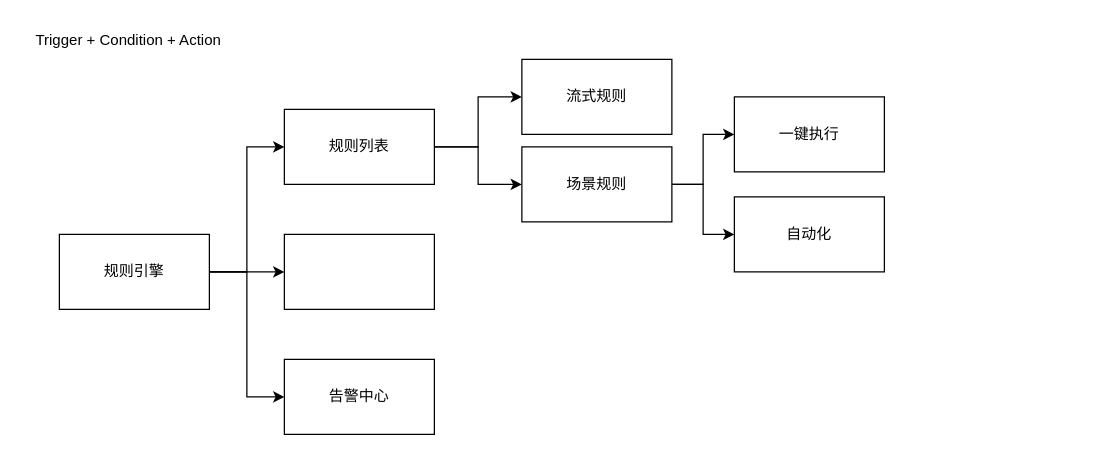
Before: page "规则引擎" (6 of 6) of Hedv.drawio in Sidamor/drawio, a draw.io diagram. Source tidied: cells renumbered, new cells numbered last; positions are measured from the earlier drawing's top-left corner, leaving out a move shared by most shapes. Both pictures are drawn from the tidied source at 125%, with x=0, y=0 at pixel (21, 21).
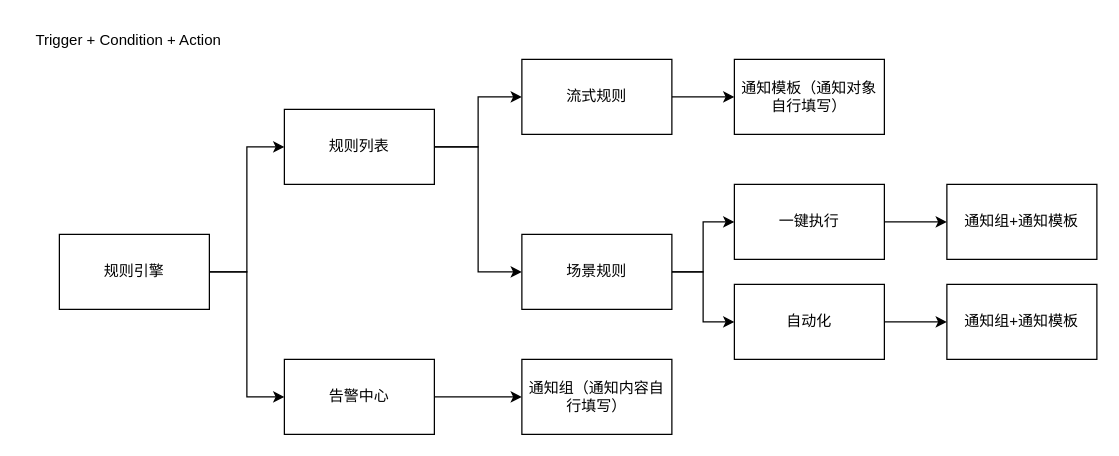
After the change.

Unchanged cells that the change refers to:
```xml
<mxCell id="5" value="规则引擎" style="rounded=0;whiteSpace=wrap;html=1;" parent="1" vertex="1">
  <mxGeometry x="30" y="170" width="120" height="60" as="geometry" />
</mxCell>
<mxCell id="10" value="告警中心" style="rounded=0;whiteSpace=wrap;html=1;" parent="1" vertex="1">
  <mxGeometry x="210" y="270" width="120" height="60" as="geometry" />
</mxCell>
<mxCell id="12" value="流式规则" style="rounded=0;whiteSpace=wrap;html=1;" parent="1" vertex="1">
  <mxGeometry x="400" y="30" width="120" height="60" as="geometry" />
</mxCell>
```

Change to the diagram source:
```diff
@@
-    <mxCell id="3" style="edgeStyle=orthogonalEdgeStyle;rounded=0;jettySize=auto;html=1;exitX=1;exitY=0.5;exitDx=0;exitDy=0;entryX=0;entryY=0.5;entryDx=0;entryDy=0;" parent="1" edge="1" source="5" target="9">
-      <mxGeometry relative="1" as="geometry" />
-    </mxCell>
@@
-    <mxCell id="9" style="rounded=0;whiteSpace=wrap;html=1;" parent="1" vertex="1">
-      <mxGeometry x="210" y="170" width="120" height="60" as="geometry" />
-    </mxCell>
+    <mxCell id="18" style="edgeStyle=orthogonalEdgeStyle;rounded=0;jettySize=auto;html=1;" parent="1" edge="1" source="10" target="25">
+      <mxGeometry relative="1" as="geometry" />
+    </mxCell>
@@
+    <mxCell id="19" style="edgeStyle=orthogonalEdgeStyle;rounded=0;jettySize=auto;html=1;" parent="1" edge="1" source="12" target="22">
+      <mxGeometry relative="1" as="geometry" />
+    </mxCell>
@@
     <mxCell id="15" value="场景规则" style="rounded=0;whiteSpace=wrap;html=1;" parent="1" vertex="1">
-      <mxGeometry x="400" y="100" width="120" height="60" as="geometry" />
+      <mxGeometry x="400" y="170" width="120" height="60" as="geometry" />
     </mxCell>
+    <mxCell id="20" style="edgeStyle=orthogonalEdgeStyle;rounded=0;jettySize=auto;html=1;" parent="1" edge="1" source="16" target="23">
+      <mxGeometry relative="1" as="geometry" />
+    </mxCell>
     <mxCell id="16" value="一键执行" style="rounded=0;whiteSpace=wrap;html=1;" parent="1" vertex="1">
-      <mxGeometry x="570" y="60" width="120" height="60" as="geometry" />
+      <mxGeometry x="570" y="130" width="120" height="60" as="geometry" />
     </mxCell>
+    <mxCell id="21" style="edgeStyle=orthogonalEdgeStyle;rounded=0;jettySize=auto;html=1;" parent="1" edge="1" source="17" target="24">
+      <mxGeometry relative="1" as="geometry" />
+    </mxCell>
     <mxCell id="17" value="自动化" style="rounded=0;whiteSpace=wrap;html=1;" parent="1" vertex="1">
-      <mxGeometry x="570" y="140" width="120" height="60" as="geometry" />
+      <mxGeometry x="570" y="210" width="120" height="60" as="geometry" />
     </mxCell>
+    <mxCell id="22" value="通知模板（通知对象自行填写）" style="rounded=0;whiteSpace=wrap;html=1;" parent="1" vertex="1">
+      <mxGeometry x="570" y="30" width="120" height="60" as="geometry" />
+    </mxCell>
+    <mxCell id="23" value="通知组+通知模板" style="rounded=0;whiteSpace=wrap;html=1;" parent="1" vertex="1">
+      <mxGeometry x="740" y="130" width="120" height="60" as="geometry" />
+    </mxCell>
+    <mxCell id="24" value="通知组+通知模板" style="rounded=0;whiteSpace=wrap;html=1;" parent="1" vertex="1">
+      <mxGeometry x="740" y="210" width="120" height="60" as="geometry" />
+    </mxCell>
+    <mxCell id="25" value="通知组（通知内容自行填写）" style="rounded=0;whiteSpace=wrap;html=1;" parent="1" vertex="1">
+      <mxGeometry x="400" y="270" width="120" height="60" as="geometry" />
+    </mxCell>
```
